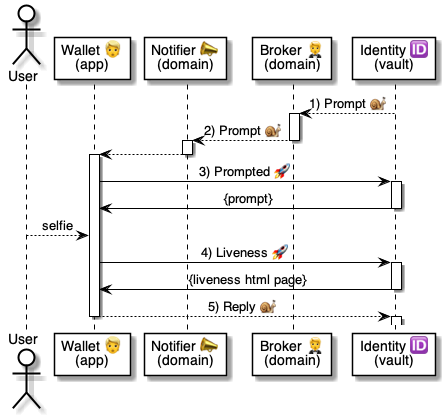
Before: 4 ⚙️ Solution/50 🫥 Agent domains/Identifiers 🆔/🆔⌘ Identifier cmds/SELFIE/🆔 SELFIE ⚙️ uml.png, a diagram exported from PlantUML (pollyweb-org/pollyweb-docs). Its source is kept beside it as 4 ⚙️ Solution/50 🫥 Agent domains/Identifiers 🆔/🆔⌘ Identifier cmds/SELFIE/🆔 SELFIE ⚙️ uml.puml. Its diagram source:
```plantuml
@startuml Wallet: Share Token


actor User as user
participant "Wallet 👱\n(app)" as wallet
participant "Notifier 📣\n(domain)" as notifier
participant "Broker 🤵\n(domain)" as broker
participant "Identity 🆔\n(vault)" as identity


identity --> broker: 1) Prompt 🐌

activate broker
    broker --> notifier: 2) Prompt 🐌
deactivate broker

activate notifier
    notifier --> wallet
deactivate notifier

activate wallet
    wallet -> identity: 3) Prompted 🚀
    activate identity
        identity -> wallet: {prompt}
    deactivate identity

    user --> wallet: selfie
    wallet -> identity: 4) Liveness 🚀

    activate identity
        identity -> wallet: {liveness html page}
    deactivate identity

    wallet --> identity: 5) Reply 🐌
deactivate wallet
activate identity


@enduml
```
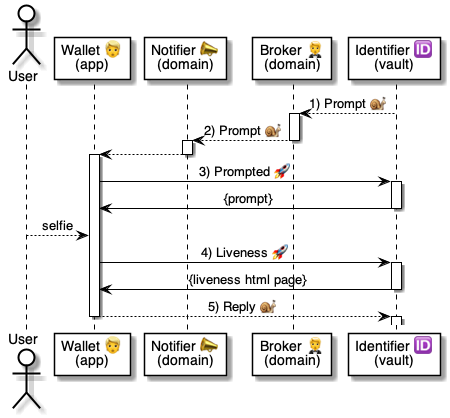
The same file after the commit.

The edit, as a diff of the source:
```diff
@@ -5,7 +5,7 @@
 participant "Wallet 👱\n(app)" as wallet
 participant "Notifier 📣\n(domain)" as notifier
 participant "Broker 🤵\n(domain)" as broker
-participant "Identity 🆔\n(vault)" as identity
+participant "Identifier 🆔\n(vault)" as identity
 
 
 identity --> broker: 1) Prompt 🐌
```
